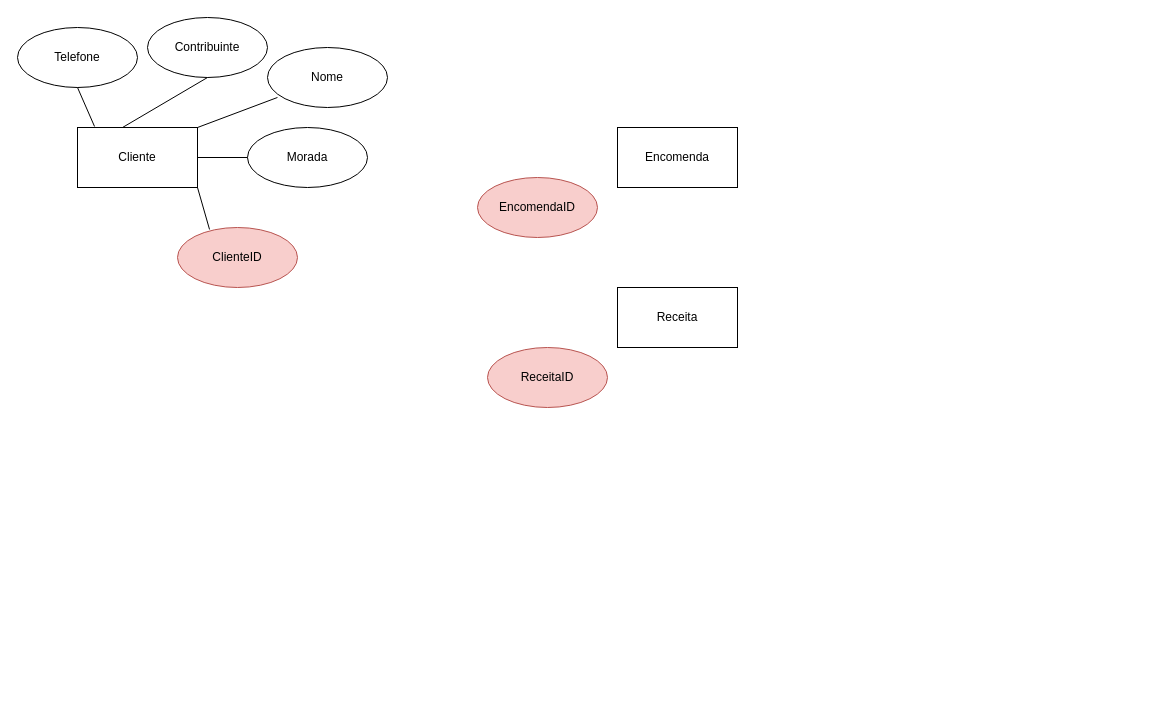
This is pratica3.drawio from joaoabreu1/flowcharts, a draw.io file, before an edit. Source tidied: cells renumbered, new cells numbered last; positions are measured from the earlier drawing's top-left corner, leaving out a move shared by most shapes. Both pictures are drawn from the tidied source at 100%, with x=0, y=0 at pixel (17, 17).
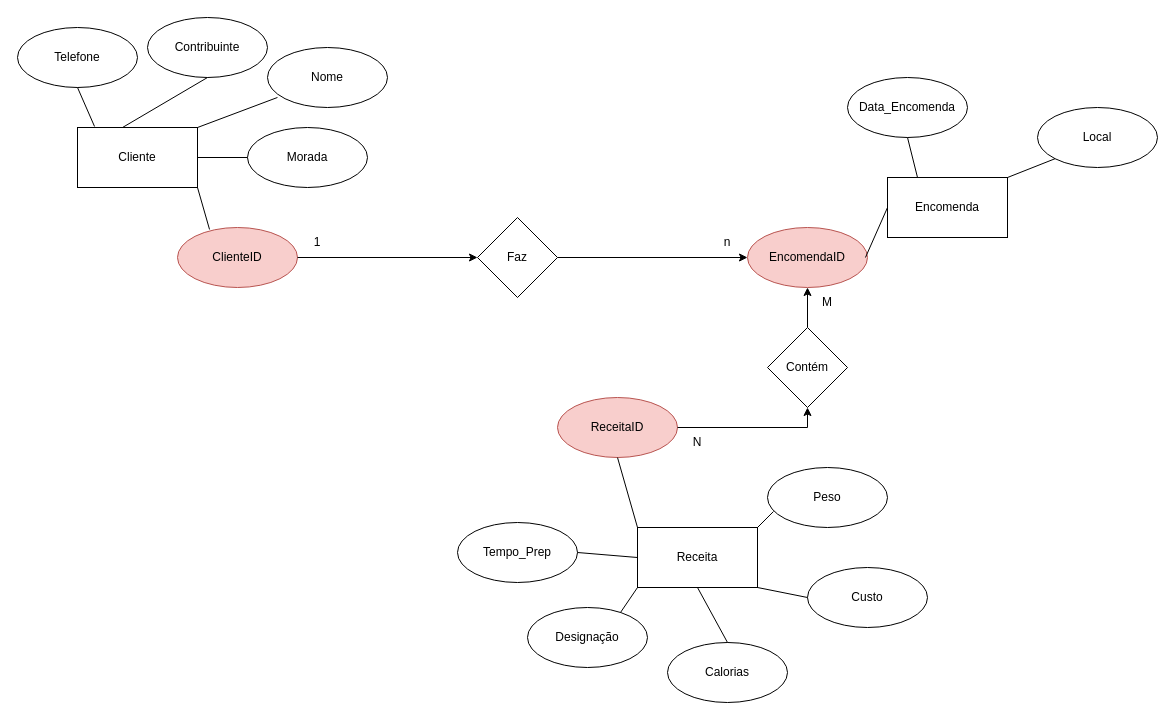
The same page after the edit.

Unchanged cells that the change refers to:
```xml
<mxCell id="9" value="ClienteID" style="ellipse;whiteSpace=wrap;html=1;fillColor=#f8cecc;strokeColor=#b85450;" parent="1" vertex="1">
  <mxGeometry x="160" y="210" width="120" height="60" as="geometry" />
</mxCell>
```

What changed in the source:
```diff
@@
     <mxCell id="3" value="Encomenda" style="rounded=0;whiteSpace=wrap;html=1;" parent="1" vertex="1">
-      <mxGeometry x="600" y="110" width="120" height="60" as="geometry" />
+      <mxGeometry x="870" y="160" width="120" height="60" as="geometry" />
     </mxCell>
     <mxCell id="4" value="Receita" style="rounded=0;whiteSpace=wrap;html=1;" parent="1" vertex="1">
-      <mxGeometry x="600" y="270" width="120" height="60" as="geometry" />
+      <mxGeometry x="620" y="510" width="120" height="60" as="geometry" />
     </mxCell>
@@
+    <mxCell id="17" style="edgeStyle=orthogonalEdgeStyle;rounded=0;jettySize=auto;html=1;entryX=0;entryY=0.5;entryDx=0;entryDy=0;" parent="1" edge="1" source="37" target="10">
+      <mxGeometry relative="1" as="geometry" />
+    </mxCell>
@@
     <mxCell id="10" value="EncomendaID" style="ellipse;whiteSpace=wrap;html=1;fillColor=#f8cecc;strokeColor=#b85450;" parent="1" vertex="1">
-      <mxGeometry x="460" y="160" width="120" height="60" as="geometry" />
+      <mxGeometry x="730" y="210" width="120" height="60" as="geometry" />
     </mxCell>
+    <mxCell id="18" style="edgeStyle=orthogonalEdgeStyle;rounded=0;jettySize=auto;html=1;entryX=0.5;entryY=1;entryDx=0;entryDy=0;" parent="1" edge="1" source="40" target="10">
+      <mxGeometry relative="1" as="geometry" />
+    </mxCell>
     <mxCell id="11" value="ReceitaID" style="ellipse;whiteSpace=wrap;html=1;fillColor=#f8cecc;strokeColor=#b85450;" parent="1" vertex="1">
-      <mxGeometry x="470" y="330" width="120" height="60" as="geometry" />
+      <mxGeometry x="540" y="380" width="120" height="60" as="geometry" />
     </mxCell>
@@
+    <mxCell id="19" value="Data_Encomenda" style="ellipse;whiteSpace=wrap;html=1;" parent="1" vertex="1">
+      <mxGeometry x="830" y="60" width="120" height="60" as="geometry" />
+    </mxCell>
+    <mxCell id="20" value="Local" style="ellipse;whiteSpace=wrap;html=1;" parent="1" vertex="1">
+      <mxGeometry x="1020" y="90" width="120" height="60" as="geometry" />
+    </mxCell>
+    <mxCell id="21" value="Designação" style="ellipse;whiteSpace=wrap;html=1;" parent="1" vertex="1">
+      <mxGeometry x="510" y="590" width="120" height="60" as="geometry" />
+    </mxCell>
+    <mxCell id="22" value="Tempo_Prep" style="ellipse;whiteSpace=wrap;html=1;" parent="1" vertex="1">
+      <mxGeometry x="440" y="505" width="120" height="60" as="geometry" />
+    </mxCell>
+    <mxCell id="23" value="Peso" style="ellipse;whiteSpace=wrap;html=1;" parent="1" vertex="1">
+      <mxGeometry x="750" y="450" width="120" height="60" as="geometry" />
+    </mxCell>
+    <mxCell id="24" value="Calorias" style="ellipse;whiteSpace=wrap;html=1;" parent="1" vertex="1">
+      <mxGeometry x="650" y="625" width="120" height="60" as="geometry" />
+    </mxCell>
+    <mxCell id="25" value="Custo" style="ellipse;whiteSpace=wrap;html=1;" parent="1" vertex="1">
+      <mxGeometry x="790" y="550" width="120" height="60" as="geometry" />
+    </mxCell>
+    <mxCell id="26" style="endArrow=none;html=1;rounded=0;exitX=0.5;exitY=1;exitDx=0;exitDy=0;entryX=0.25;entryY=0;entryDx=0;entryDy=0;" parent="1" edge="1" source="19" target="3">
+      <mxGeometry relative="1" as="geometry" />
+    </mxCell>
+    <mxCell id="27" style="endArrow=none;html=1;rounded=0;exitX=0.983;exitY=0.5;exitDx=0;exitDy=0;entryX=0;entryY=0.5;entryDx=0;entryDy=0;exitPerimeter=0;" parent="1" edge="1" source="10" target="3">
+      <mxGeometry relative="1" as="geometry" />
+    </mxCell>
+    <mxCell id="28" style="endArrow=none;html=1;rounded=0;exitX=0;exitY=1;exitDx=0;exitDy=0;entryX=1;entryY=0;entryDx=0;entryDy=0;" parent="1" edge="1" source="20" target="3">
+      <mxGeometry relative="1" as="geometry" />
+    </mxCell>
+    <mxCell id="29" style="endArrow=none;html=1;rounded=0;exitX=0.5;exitY=1;exitDx=0;exitDy=0;entryX=0;entryY=0;entryDx=0;entryDy=0;" parent="1" edge="1" source="11" target="4">
+      <mxGeometry relative="1" as="geometry" />
+    </mxCell>
+    <mxCell id="30" style="endArrow=none;html=1;rounded=0;exitX=1;exitY=0.5;exitDx=0;exitDy=0;entryX=0;entryY=0.5;entryDx=0;entryDy=0;" parent="1" edge="1" source="22" target="4">
+      <mxGeometry relative="1" as="geometry" />
+    </mxCell>
+    <mxCell id="31" style="endArrow=none;html=1;rounded=0;exitX=0.775;exitY=0.083;exitDx=0;exitDy=0;entryX=0;entryY=1;entryDx=0;entryDy=0;exitPerimeter=0;" parent="1" edge="1" source="21" target="4">
+      <mxGeometry relative="1" as="geometry" />
+    </mxCell>
+    <mxCell id="32" style="endArrow=none;html=1;rounded=0;exitX=0.5;exitY=0;exitDx=0;exitDy=0;entryX=0.5;entryY=1;entryDx=0;entryDy=0;" parent="1" edge="1" source="24" target="4">
+      <mxGeometry relative="1" as="geometry" />
+    </mxCell>
+    <mxCell id="33" style="endArrow=none;html=1;rounded=0;exitX=0;exitY=0.5;exitDx=0;exitDy=0;entryX=1;entryY=1;entryDx=0;entryDy=0;" parent="1" edge="1" source="25" target="4">
+      <mxGeometry relative="1" as="geometry" />
+    </mxCell>
+    <mxCell id="34" style="endArrow=none;html=1;rounded=0;exitX=0.05;exitY=0.733;exitDx=0;exitDy=0;entryX=1;entryY=0;entryDx=0;entryDy=0;exitPerimeter=0;" parent="1" edge="1" source="23" target="4">
+      <mxGeometry relative="1" as="geometry" />
+    </mxCell>
+    <mxCell id="35" value="1" style="text;html=1;align=center;verticalAlign=middle;whiteSpace=wrap;rounded=0;" parent="1" vertex="1">
+      <mxGeometry x="270" y="210" width="60" height="30" as="geometry" />
+    </mxCell>
+    <mxCell id="36" style="edgeStyle=orthogonalEdgeStyle;rounded=0;jettySize=auto;html=1;entryX=0;entryY=0.5;entryDx=0;entryDy=0;" parent="1" edge="1" source="9" target="37">
+      <mxGeometry relative="1" as="geometry" />
+    </mxCell>
+    <mxCell id="37" value="Faz" style="rhombus;whiteSpace=wrap;html=1;" parent="1" vertex="1">
+      <mxGeometry x="460" y="200" width="80" height="80" as="geometry" />
+    </mxCell>
+    <mxCell id="38" value="n" style="text;html=1;align=center;verticalAlign=middle;whiteSpace=wrap;rounded=0;" parent="1" vertex="1">
+      <mxGeometry x="680" y="210" width="60" height="30" as="geometry" />
+    </mxCell>
+    <mxCell id="39" style="edgeStyle=orthogonalEdgeStyle;rounded=0;jettySize=auto;html=1;entryX=0.5;entryY=1;entryDx=0;entryDy=0;" parent="1" edge="1" source="11" target="40">
+      <mxGeometry relative="1" as="geometry" />
+    </mxCell>
+    <mxCell id="40" value="Contém" style="rhombus;whiteSpace=wrap;html=1;" parent="1" vertex="1">
+      <mxGeometry x="750" y="310" width="80" height="80" as="geometry" />
+    </mxCell>
+    <mxCell id="41" value="N" style="text;html=1;align=center;verticalAlign=middle;whiteSpace=wrap;rounded=0;" parent="1" vertex="1">
+      <mxGeometry x="650" y="410" width="60" height="30" as="geometry" />
+    </mxCell>
+    <mxCell id="42" value="M" style="text;html=1;align=center;verticalAlign=middle;whiteSpace=wrap;rounded=0;" parent="1" vertex="1">
+      <mxGeometry x="780" y="270" width="60" height="30" as="geometry" />
+    </mxCell>
```
